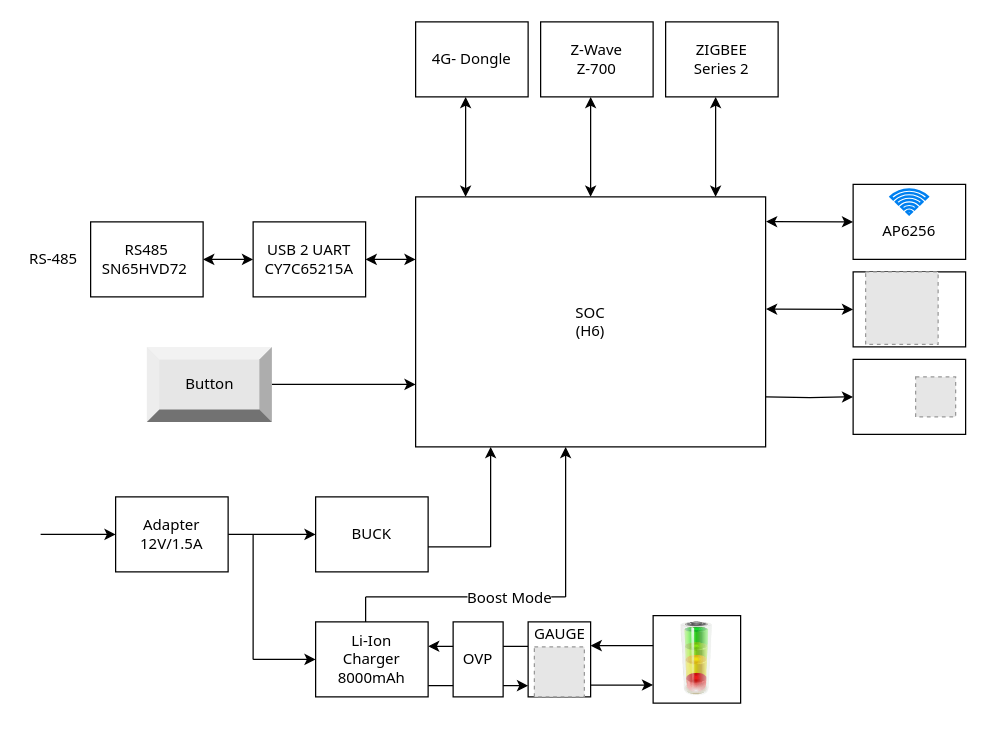
Above: gateway.drawio in anhvanthe/01_my_drawio (draw.io), before the change. Source tidied: cells renumbered, new cells numbered last; positions are measured from the earlier drawing's top-left corner, leaving out a move shared by most shapes. Both pictures are drawn from the tidied source at 125%, with x=0, y=0 at pixel (21, 21). Pictures stored in the file or linked from it are replaced by grey dashed boxes.
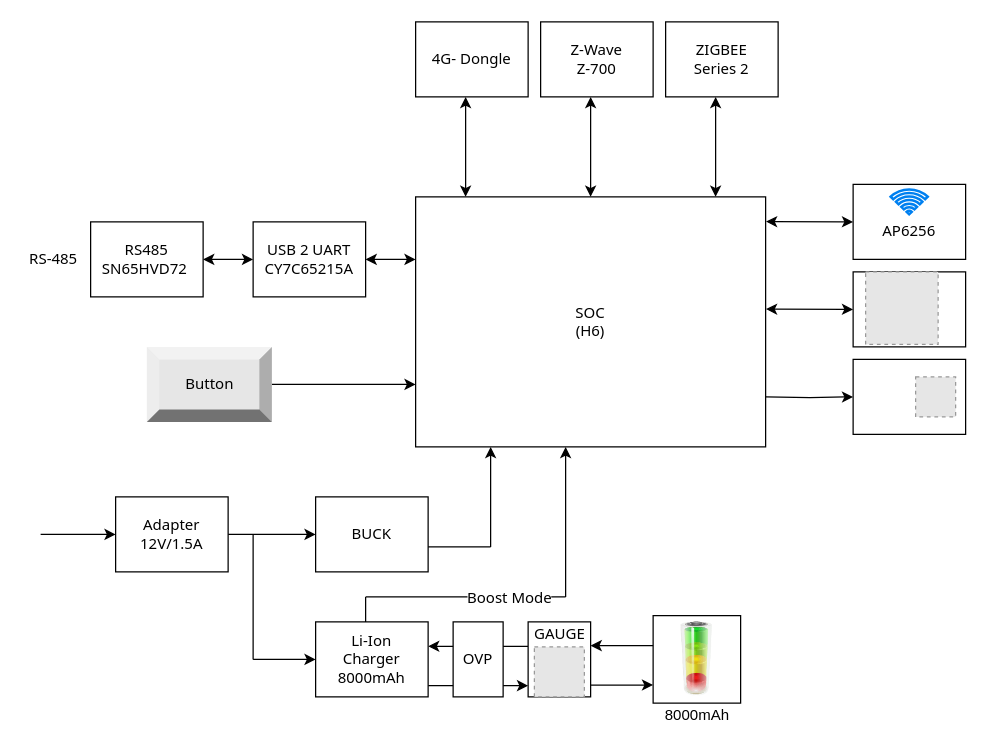
The same diagram, later.

Change to the diagram source:
```diff
@@
+    <mxCell id="48" value="8000mAh" style="text;html=1;align=center;verticalAlign=middle;" parent="1" vertex="1">
+      <mxGeometry x="505" y="545" width="70" height="20" as="geometry" />
+    </mxCell>
```
